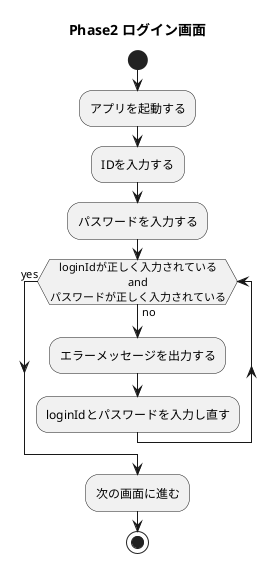
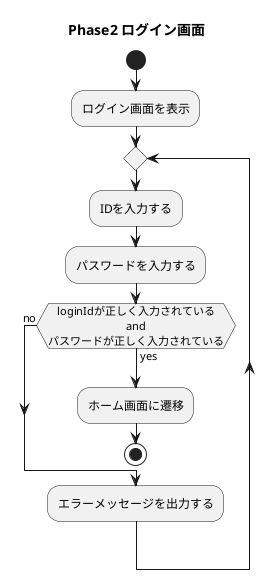
@startuml

title Phase2 ログイン画面
skinparam defaulttextalignment center

start
- :アプリを起動する;

+ :ログイン画面を表示;
+ repeat
:IDを入力する;
:パスワードを入力する;
- while (loginIdが正しく入力されている\nand\nパスワードが正しく入力されている) is (no)
+ while (loginIdが正しく入力されている\nand\nパスワードが正しく入力されている) is (yes)
+ :ホーム画面に遷移;
+ stop
+ endwhile (no)
:エラーメッセージを出力する;
- :loginIdとパスワードを入力し直す;
- endwhile (yes)
- :次の画面に進む;
- stop
+ 



@enduml